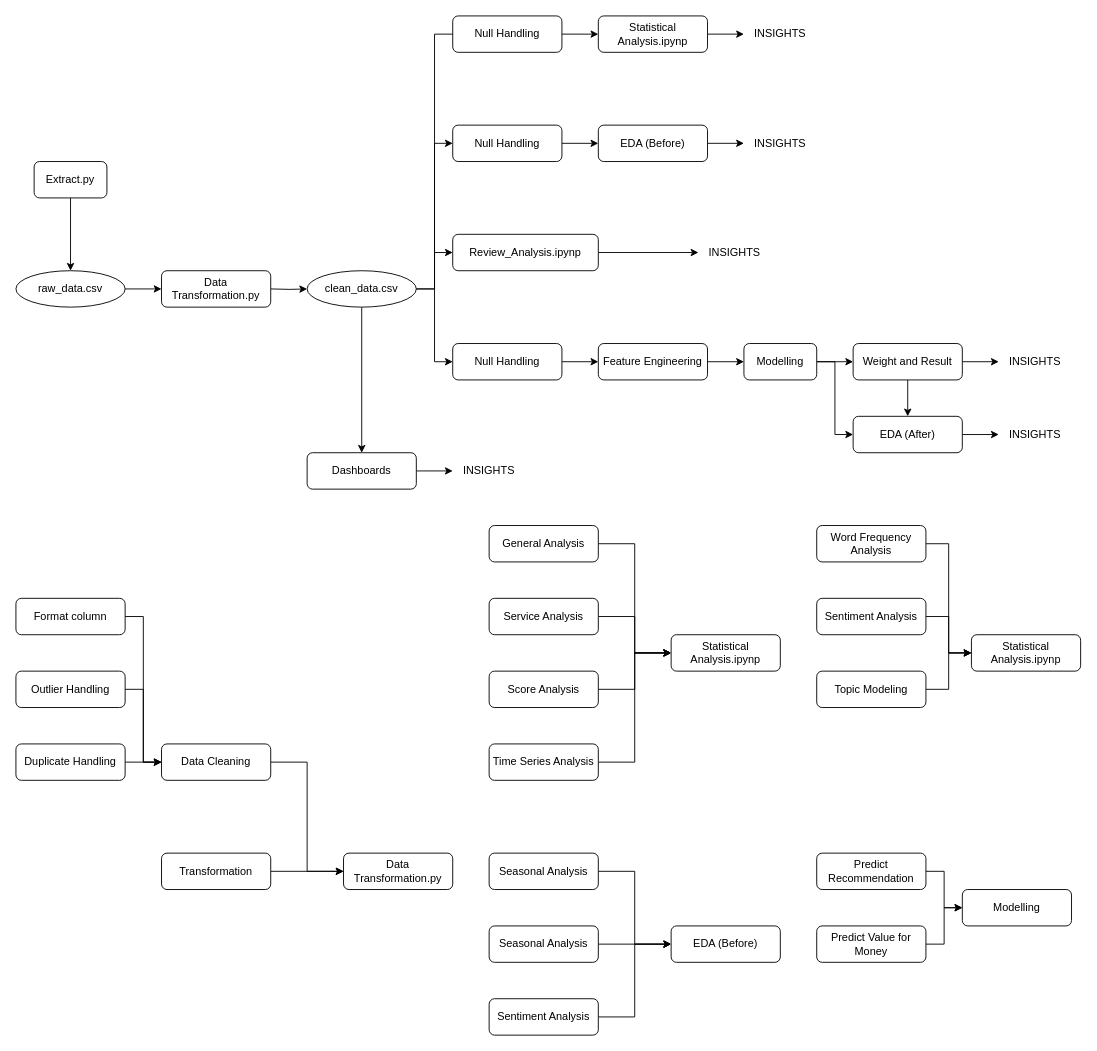
This is diagram/Flow Chart.drawio from MarkPhamm/British-Airway, a draw.io file, before an edit. Source tidied: cells renumbered, new cells numbered last; positions are measured from the earlier drawing's top-left corner, leaving out a move shared by most shapes. Both pictures are drawn from the tidied source at 91%, with x=0, y=0 at pixel (15, 15).
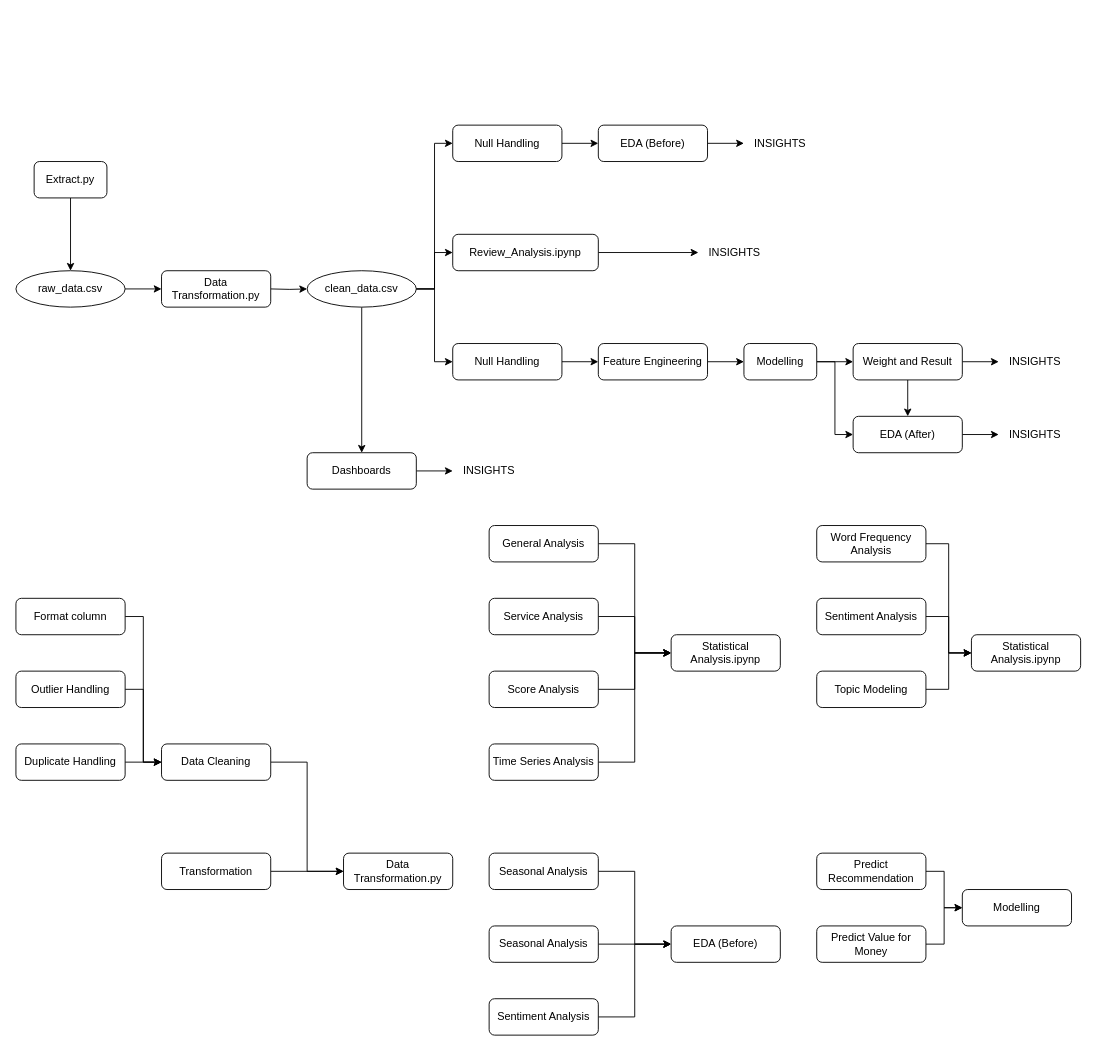
The same page after the edit.

Unchanged cells that the change refers to:
```xml
<mxCell id="11" value="clean_data.csv" style="ellipse;whiteSpace=wrap;html=1;rounded=1;glass=0;strokeWidth=1;shadow=0;" parent="1" vertex="1">
  <mxGeometry x="320" y="280" width="120" height="40" as="geometry" />
</mxCell>
<mxCell id="50" value="Null Handling" style="rounded=1;whiteSpace=wrap;html=1;" parent="1" vertex="1">
  <mxGeometry x="480" y="360" width="120" height="40" as="geometry" />
</mxCell>
```

Change to the diagram source:
```diff
@@
-    <mxCell id="12" style="edgeStyle=orthogonalEdgeStyle;rounded=0;jettySize=auto;html=1;entryX=0;entryY=0.5;entryDx=0;entryDy=0;" parent="1" edge="1" source="13" target="24">
-      <mxGeometry relative="1" as="geometry" />
-    </mxCell>
-    <mxCell id="13" value="Statistical Analysis.ipynp" style="rounded=1;whiteSpace=wrap;html=1;fontSize=12;glass=0;strokeWidth=1;shadow=0;" parent="1" vertex="1">
-      <mxGeometry x="640" width="120" height="40" as="geometry" />
-    </mxCell>
@@
-    <mxCell id="24" value="INSIGHTS" style="text;html=1;align=center;verticalAlign=middle;whiteSpace=wrap;rounded=0;" parent="1" vertex="1">
-      <mxGeometry x="800" width="80" height="40" as="geometry" />
-    </mxCell>
@@
-    <mxCell id="39" style="edgeStyle=orthogonalEdgeStyle;rounded=0;jettySize=auto;html=1;" parent="1" edge="1" source="40" target="13">
-      <mxGeometry relative="1" as="geometry" />
-    </mxCell>
-    <mxCell id="40" value="Null Handling" style="rounded=1;whiteSpace=wrap;html=1;glass=0;strokeWidth=1;shadow=0;" parent="1" vertex="1">
-      <mxGeometry x="480" width="120" height="40" as="geometry" />
-    </mxCell>
@@
-    <mxCell id="49" style="edgeStyle=orthogonalEdgeStyle;rounded=0;jettySize=auto;html=1;exitX=0;exitY=0.5;exitDx=0;exitDy=0;entryX=0;entryY=0.5;entryDx=0;entryDy=0;" parent="1" edge="1" source="40" target="50">
-      <mxGeometry relative="1" as="geometry" />
-    </mxCell>
@@
+    <mxCell id="82" style="endArrow=classic;html=1;rounded=0;exitX=1;exitY=0.5;exitDx=0;exitDy=0;entryX=0;entryY=0.5;entryDx=0;entryDy=0;edgeStyle=orthogonalEdgeStyle;" parent="1" edge="1" source="11" target="50">
+      <mxGeometry relative="1" as="geometry" />
+    </mxCell>
```
